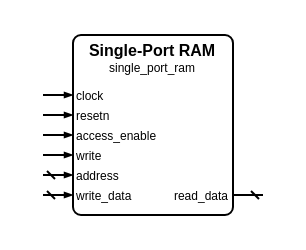
Earlier version of the draw.io diagram sources/memory/single_port_ram/single_port_ram.symbol.drawio (Louis-DR/OmniCores-BuildingBlocks). Source tidied: cells renumbered, new cells numbered last; positions are measured from the earlier drawing's top-left corner, leaving out a move shared by most shapes. Both pictures are drawn from the tidied source at 200%, with x=0, y=0 at pixel (42, 34).
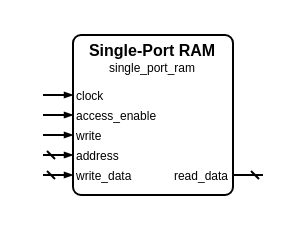
The same diagram, later.

Diff of the diagram source:
```diff
@@
     <mxCell id="2" style="group;" parent="1" vertex="1">
-      <mxGeometry width="110" height="90" as="geometry" />
+      <mxGeometry width="110" height="80" as="geometry" />
     </mxCell>
     <mxCell id="3" style="rounded=1;arcSize=5;fillColor=none;strokeWidth=1;strokeColor=black;whiteSpace=wrap;html=1;" parent="2" vertex="1">
-      <mxGeometry x="15" width="80" height="90" as="geometry" />
+      <mxGeometry x="15" width="80" height="80" as="geometry" />
     </mxCell>
@@
-    <mxCell id="8" value="resetn" style="text;html=1;align=left;verticalAlign=middle;whiteSpace=wrap;rounded=0;fontSize=6;fontStyle=0;fontColor=black;" parent="2" vertex="1">
-      <mxGeometry x="15" y="40" width="80" as="geometry" />
-    </mxCell>
-    <mxCell id="9" style="html=1;rounded=1;strokeWidth=1;strokeColor=black;startFill=0;startSize=2;startArrow=none;endFill=1;endSize=2;endArrow=blockThin;sourcePerimeterSpacing=0;" parent="2" edge="1">
-      <mxGeometry relative="1" as="geometry">
-        <mxPoint y="40" as="sourcePoint" />
-        <mxPoint x="15" y="40" as="targetPoint" />
-      </mxGeometry>
-    </mxCell>
     <mxCell id="10" value="access_enable" style="text;html=1;align=left;verticalAlign=middle;whiteSpace=wrap;rounded=0;fontSize=6;fontStyle=0;fontColor=black;" parent="2" vertex="1">
-      <mxGeometry x="15" y="50" width="80" as="geometry" />
+      <mxGeometry x="15" y="40" width="80" as="geometry" />
     </mxCell>
     <mxCell id="11" style="html=1;rounded=1;strokeWidth=1;strokeColor=black;startFill=0;startSize=2;startArrow=none;endFill=1;endSize=2;endArrow=blockThin;sourcePerimeterSpacing=0;" parent="2" edge="1">
       <mxGeometry relative="1" as="geometry">
-        <mxPoint y="50" as="sourcePoint" />
-        <mxPoint x="15" y="50" as="targetPoint" />
+        <mxPoint y="40" as="sourcePoint" />
+        <mxPoint x="15" y="40" as="targetPoint" />
       </mxGeometry>
     </mxCell>
     <mxCell id="12" value="write" style="text;html=1;align=left;verticalAlign=middle;whiteSpace=wrap;rounded=0;fontSize=6;fontStyle=0;fontColor=black;" parent="2" vertex="1">
-      <mxGeometry x="15" y="60" width="80" as="geometry" />
+      <mxGeometry x="15" y="50" width="80" as="geometry" />
     </mxCell>
     <mxCell id="13" style="html=1;rounded=1;strokeWidth=1;strokeColor=black;startFill=0;startSize=2;startArrow=none;endFill=1;endSize=2;endArrow=blockThin;sourcePerimeterSpacing=0;" parent="2" edge="1">
       <mxGeometry relative="1" as="geometry">
-        <mxPoint y="60" as="sourcePoint" />
-        <mxPoint x="15" y="60" as="targetPoint" />
+        <mxPoint y="50" as="sourcePoint" />
+        <mxPoint x="15" y="50" as="targetPoint" />
       </mxGeometry>
     </mxCell>
     <mxCell id="14" value="address" style="text;html=1;align=left;verticalAlign=middle;whiteSpace=wrap;rounded=0;fontSize=6;fontStyle=0;fontColor=black;" parent="2" vertex="1">
-      <mxGeometry x="15" y="70" width="80" as="geometry" />
+      <mxGeometry x="15" y="60" width="80" as="geometry" />
     </mxCell>
     <mxCell id="15" style="html=1;rounded=1;strokeWidth=1;strokeColor=black;startFill=0;startSize=2;startArrow=dash;endFill=1;endSize=2;endArrow=blockThin;sourcePerimeterSpacing=0;" parent="2" edge="1">
       <mxGeometry relative="1" as="geometry">
-        <mxPoint y="70" as="sourcePoint" />
-        <mxPoint x="15" y="70" as="targetPoint" />
+        <mxPoint y="60" as="sourcePoint" />
+        <mxPoint x="15" y="60" as="targetPoint" />
       </mxGeometry>
     </mxCell>
     <mxCell id="16" value="write_data" style="text;html=1;align=left;verticalAlign=middle;whiteSpace=wrap;rounded=0;fontSize=6;fontStyle=0;fontColor=black;" parent="2" vertex="1">
-      <mxGeometry x="15" y="80" width="80" as="geometry" />
+      <mxGeometry x="15" y="70" width="80" as="geometry" />
     </mxCell>
     <mxCell id="17" style="html=1;rounded=1;strokeWidth=1;strokeColor=black;startFill=0;startSize=2;startArrow=dash;endFill=1;endSize=2;endArrow=blockThin;sourcePerimeterSpacing=0;" parent="2" edge="1">
       <mxGeometry relative="1" as="geometry">
-        <mxPoint y="80" as="sourcePoint" />
-        <mxPoint x="15" y="80" as="targetPoint" />
+        <mxPoint y="70" as="sourcePoint" />
+        <mxPoint x="15" y="70" as="targetPoint" />
       </mxGeometry>
     </mxCell>
     <mxCell id="18" value="read_data" style="text;html=1;align=right;verticalAlign=middle;whiteSpace=wrap;rounded=0;fontSize=6;fontStyle=0;fontColor=black;" parent="2" vertex="1">
-      <mxGeometry x="15" y="80" width="80" as="geometry" />
+      <mxGeometry x="15" y="70" width="80" as="geometry" />
     </mxCell>
     <mxCell id="19" style="html=1;rounded=1;strokeWidth=1;strokeColor=black;startFill=0;startSize=2;startArrow=dash;endFill=1;endSize=2;endArrow=none;sourcePerimeterSpacing=0;" parent="2" edge="1">
       <mxGeometry relative="1" as="geometry">
-        <mxPoint x="110" y="80" as="sourcePoint" />
-        <mxPoint x="95" y="80" as="targetPoint" />
+        <mxPoint x="110" y="70" as="sourcePoint" />
+        <mxPoint x="95" y="70" as="targetPoint" />
       </mxGeometry>
     </mxCell>
```
